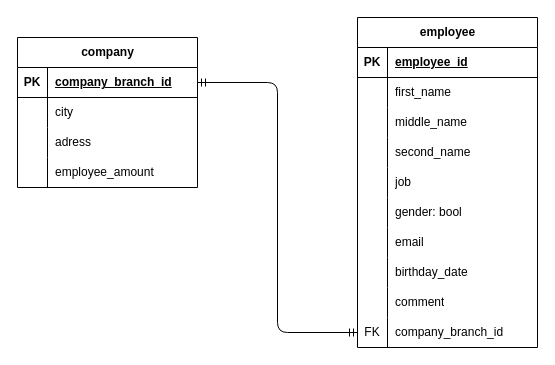
Before: orgstructure.drawio in Kortasfa/data-base_course, a draw.io diagram. Source tidied: cells renumbered, new cells numbered last; positions are measured from the earlier drawing's top-left corner, leaving out a move shared by most shapes. Both pictures are drawn from the tidied source at 100%, with x=0, y=0 at pixel (17, 17).
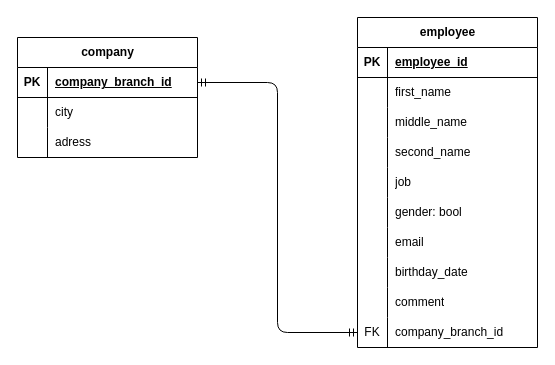
Above is the later version.

What changed in the source:
```diff
@@
     <mxCell id="2" value="company" style="shape=table;startSize=30;childLayout=tableLayout;rowLines=0;fontStyle=1;align=center;html=1;" parent="1" vertex="1">
-      <mxGeometry y="20" width="180" height="150" as="geometry" />
+      <mxGeometry y="20" width="180" height="120" as="geometry" />
     </mxCell>
@@
-    <mxCell id="12" style="shape=tableRow;horizontal=0;startSize=0;swimlaneHead=0;swimlaneBody=0;fillColor=none;top=0;left=0;right=0;bottom=0;" parent="2" vertex="1">
-      <mxGeometry y="120" width="180" height="30" as="geometry" />
-    </mxCell>
-    <mxCell id="13" style="shape=partialRectangle;fillColor=none;top=0;left=0;bottom=0;right=0;overflow=hidden;whiteSpace=wrap;html=1;" parent="12" vertex="1">
-      <mxGeometry width="30" height="30" as="geometry" />
-    </mxCell>
-    <mxCell id="14" value="employee_amount" style="shape=partialRectangle;fillColor=none;top=0;left=0;bottom=0;right=0;align=left;spacingLeft=6;overflow=hidden;whiteSpace=wrap;html=1;" parent="12" vertex="1">
-      <mxGeometry x="30" width="150" height="30" as="geometry" />
-    </mxCell>
```
